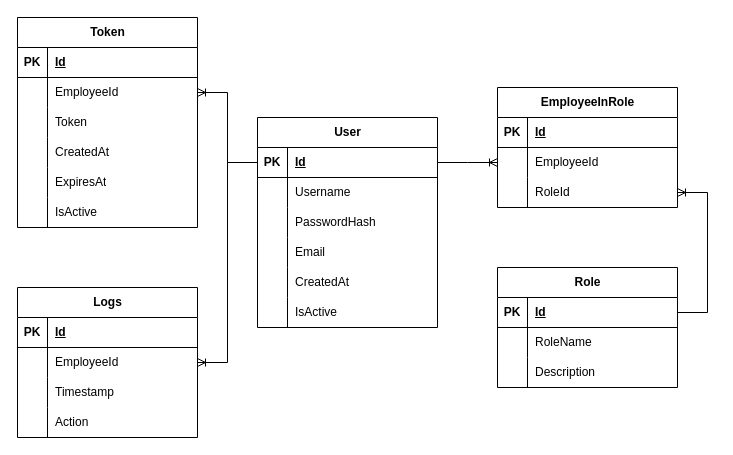
Above: Description/Authorization/Autorization.drawio in Fox5113/corporate-social-system (draw.io), before the change. Source tidied: cells renumbered, new cells numbered last; positions are measured from the earlier drawing's top-left corner, leaving out a move shared by most shapes. Both pictures are drawn from the tidied source at 100%, with x=0, y=0 at pixel (17, -8).
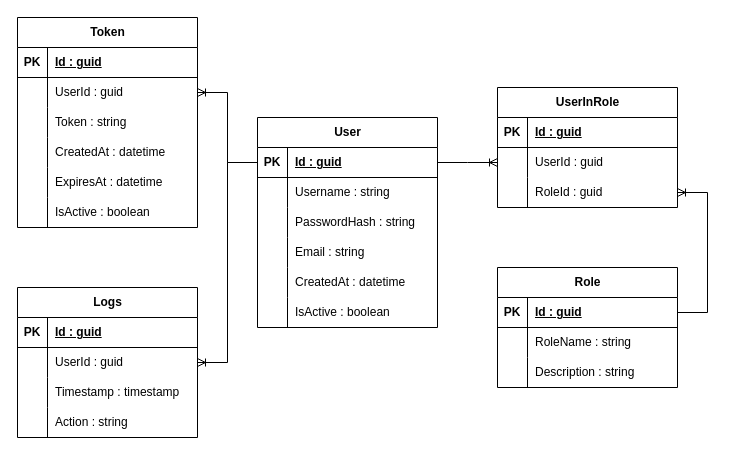
The same diagram, later.

Unchanged cells that the change refers to:
```xml
<mxCell id="3" style="shape=tableRow;horizontal=0;startSize=0;swimlaneHead=0;swimlaneBody=0;fillColor=none;top=0;left=0;right=0;bottom=1;" parent="2" vertex="1">
  <mxGeometry y="30" width="180" height="30" as="geometry" />
</mxCell>
<mxCell id="6" style="shape=tableRow;horizontal=0;startSize=0;swimlaneHead=0;swimlaneBody=0;fillColor=none;points=[[0,0.5],[1,0.5]];portConstraint=eastwest;top=0;left=0;right=0;bottom=0;" parent="2" vertex="1">
  <mxGeometry y="60" width="180" height="30" as="geometry" />
</mxCell>
<mxCell id="9" style="shape=tableRow;horizontal=0;startSize=0;swimlaneHead=0;swimlaneBody=0;fillColor=none;points=[[0,0.5],[1,0.5]];portConstraint=eastwest;top=0;left=0;right=0;bottom=0;" parent="2" vertex="1">
  <mxGeometry y="90" width="180" height="30" as="geometry" />
</mxCell>
<mxCell id="13" style="shape=tableRow;horizontal=0;startSize=0;swimlaneHead=0;swimlaneBody=0;fillColor=none;points=[[0,0.5],[1,0.5]];portConstraint=eastwest;top=0;left=0;right=0;bottom=1;" parent="12" vertex="1">
  <mxGeometry y="30" width="180" height="30" as="geometry" />
</mxCell>
<mxCell id="16" style="shape=tableRow;horizontal=0;startSize=0;swimlaneHead=0;swimlaneBody=0;fillColor=none;top=0;left=0;right=0;bottom=0;" parent="12" vertex="1">
  <mxGeometry y="60" width="180" height="30" as="geometry" />
</mxCell>
<mxCell id="19" style="shape=tableRow;horizontal=0;startSize=0;swimlaneHead=0;swimlaneBody=0;fillColor=none;top=0;left=0;right=0;bottom=0;" parent="12" vertex="1">
  <mxGeometry y="90" width="180" height="30" as="geometry" />
</mxCell>
<mxCell id="23" style="shape=tableRow;horizontal=0;startSize=0;swimlaneHead=0;swimlaneBody=0;fillColor=none;points=[[0,0.5],[1,0.5]];portConstraint=eastwest;top=0;left=0;right=0;bottom=1;" parent="22" vertex="1">
  <mxGeometry y="30" width="180" height="30" as="geometry" />
</mxCell>
<mxCell id="26" style="shape=tableRow;horizontal=0;startSize=0;swimlaneHead=0;swimlaneBody=0;fillColor=none;top=0;left=0;right=0;bottom=0;" parent="22" vertex="1">
  <mxGeometry y="60" width="180" height="30" as="geometry" />
</mxCell>
<mxCell id="29" style="shape=tableRow;horizontal=0;startSize=0;swimlaneHead=0;swimlaneBody=0;fillColor=none;top=0;left=0;right=0;bottom=0;" parent="22" vertex="1">
  <mxGeometry y="90" width="180" height="30" as="geometry" />
</mxCell>
<mxCell id="32" style="shape=tableRow;horizontal=0;startSize=0;swimlaneHead=0;swimlaneBody=0;fillColor=none;top=0;left=0;right=0;bottom=0;" parent="22" vertex="1">
  <mxGeometry y="120" width="180" height="30" as="geometry" />
</mxCell>
<mxCell id="35" style="shape=tableRow;horizontal=0;startSize=0;swimlaneHead=0;swimlaneBody=0;fillColor=none;top=0;left=0;right=0;bottom=0;" parent="22" vertex="1">
  <mxGeometry y="150" width="180" height="30" as="geometry" />
</mxCell>
<mxCell id="38" style="shape=tableRow;horizontal=0;startSize=0;swimlaneHead=0;swimlaneBody=0;fillColor=none;top=0;left=0;right=0;bottom=0;" parent="22" vertex="1">
  <mxGeometry y="180" width="180" height="30" as="geometry" />
</mxCell>
<mxCell id="42" style="shape=tableRow;horizontal=0;startSize=0;swimlaneHead=0;swimlaneBody=0;fillColor=none;top=0;left=0;right=0;bottom=1;" parent="41" vertex="1">
  <mxGeometry y="30" width="180" height="30" as="geometry" />
</mxCell>
<mxCell id="45" style="shape=tableRow;horizontal=0;startSize=0;swimlaneHead=0;swimlaneBody=0;fillColor=none;points=[[0,0.5],[1,0.5]];portConstraint=eastwest;top=0;left=0;right=0;bottom=0;" parent="41" vertex="1">
  <mxGeometry y="60" width="180" height="30" as="geometry" />
</mxCell>
<mxCell id="48" style="shape=tableRow;horizontal=0;startSize=0;swimlaneHead=0;swimlaneBody=0;fillColor=none;top=0;left=0;right=0;bottom=0;" parent="41" vertex="1">
  <mxGeometry y="90" width="180" height="30" as="geometry" />
</mxCell>
<mxCell id="51" style="shape=tableRow;horizontal=0;startSize=0;swimlaneHead=0;swimlaneBody=0;fillColor=none;top=0;left=0;right=0;bottom=0;" parent="41" vertex="1">
  <mxGeometry y="120" width="180" height="30" as="geometry" />
</mxCell>
<mxCell id="54" style="shape=tableRow;horizontal=0;startSize=0;swimlaneHead=0;swimlaneBody=0;fillColor=none;top=0;left=0;right=0;bottom=0;" parent="41" vertex="1">
  <mxGeometry y="150" width="180" height="30" as="geometry" />
</mxCell>
<mxCell id="57" style="shape=tableRow;horizontal=0;startSize=0;swimlaneHead=0;swimlaneBody=0;fillColor=none;top=0;left=0;right=0;bottom=0;" parent="41" vertex="1">
  <mxGeometry y="180" width="180" height="30" as="geometry" />
</mxCell>
<mxCell id="64" style="shape=tableRow;horizontal=0;startSize=0;swimlaneHead=0;swimlaneBody=0;fillColor=none;top=0;left=0;right=0;bottom=1;" parent="63" vertex="1">
  <mxGeometry y="30" width="180" height="30" as="geometry" />
</mxCell>
<mxCell id="67" style="shape=tableRow;horizontal=0;startSize=0;swimlaneHead=0;swimlaneBody=0;fillColor=none;points=[[0,0.5],[1,0.5]];portConstraint=eastwest;top=0;left=0;right=0;bottom=0;" parent="63" vertex="1">
  <mxGeometry y="60" width="180" height="30" as="geometry" />
</mxCell>
<mxCell id="70" style="shape=tableRow;horizontal=0;startSize=0;swimlaneHead=0;swimlaneBody=0;fillColor=none;top=0;left=0;right=0;bottom=0;" parent="63" vertex="1">
  <mxGeometry y="90" width="180" height="30" as="geometry" />
</mxCell>
<mxCell id="73" style="shape=tableRow;horizontal=0;startSize=0;swimlaneHead=0;swimlaneBody=0;fillColor=none;top=0;left=0;right=0;bottom=0;" parent="63" vertex="1">
  <mxGeometry y="120" width="180" height="30" as="geometry" />
</mxCell>
```

What changed in the source:
```diff
@@
-    <mxCell id="2" value="EmployeeInRole" style="shape=table;startSize=30;childLayout=tableLayout;rowLines=0;fontStyle=1;align=center;html=1;" parent="1" vertex="1">
+    <mxCell id="2" value="UserInRole" style="shape=table;startSize=30;childLayout=tableLayout;rowLines=0;fontStyle=1;align=center;html=1;" parent="1" vertex="1">
       <mxGeometry x="480" y="95" width="180" height="120" as="geometry" />
     </mxCell>
@@
-    <mxCell id="5" value="Id" style="shape=partialRectangle;fillColor=none;top=0;left=0;bottom=0;right=0;align=left;spacingLeft=6;fontStyle=5;overflow=hidden;whiteSpace=wrap;html=1;" parent="3" vertex="1">
+    <mxCell id="5" value="Id : guid" style="shape=partialRectangle;fillColor=none;top=0;left=0;bottom=0;right=0;align=left;spacingLeft=6;fontStyle=5;overflow=hidden;whiteSpace=wrap;html=1;" parent="3" vertex="1">
       <mxGeometry x="30" width="150" height="30" as="geometry" />
     </mxCell>
@@
-    <mxCell id="8" value="EmployeeId" style="shape=partialRectangle;fillColor=none;top=0;left=0;bottom=0;right=0;align=left;spacingLeft=6;overflow=hidden;whiteSpace=wrap;html=1;" parent="6" vertex="1">
+    <mxCell id="8" value="UserId : guid" style="shape=partialRectangle;fillColor=none;top=0;left=0;bottom=0;right=0;align=left;spacingLeft=6;overflow=hidden;whiteSpace=wrap;html=1;" parent="6" vertex="1">
       <mxGeometry x="30" width="150" height="30" as="geometry" />
     </mxCell>
@@
-    <mxCell id="11" value="RoleId" style="shape=partialRectangle;fillColor=none;top=0;left=0;bottom=0;right=0;align=left;spacingLeft=6;overflow=hidden;whiteSpace=wrap;html=1;" parent="9" vertex="1">
+    <mxCell id="11" value="RoleId : guid" style="shape=partialRectangle;fillColor=none;top=0;left=0;bottom=0;right=0;align=left;spacingLeft=6;overflow=hidden;whiteSpace=wrap;html=1;" parent="9" vertex="1">
       <mxGeometry x="30" width="150" height="30" as="geometry" />
     </mxCell>
@@
-    <mxCell id="15" value="Id" style="shape=partialRectangle;fillColor=none;top=0;left=0;bottom=0;right=0;align=left;spacingLeft=6;fontStyle=5;overflow=hidden;whiteSpace=wrap;html=1;" parent="13" vertex="1">
+    <mxCell id="15" value="Id : guid" style="shape=partialRectangle;fillColor=none;top=0;left=0;bottom=0;right=0;align=left;spacingLeft=6;fontStyle=5;overflow=hidden;whiteSpace=wrap;html=1;" parent="13" vertex="1">
       <mxGeometry x="30" width="150" height="30" as="geometry" />
     </mxCell>
@@
-    <mxCell id="18" value="RoleName" style="shape=partialRectangle;fillColor=none;top=0;left=0;bottom=0;right=0;align=left;spacingLeft=6;overflow=hidden;whiteSpace=wrap;html=1;" parent="16" vertex="1">
+    <mxCell id="18" value="RoleName : string" style="shape=partialRectangle;fillColor=none;top=0;left=0;bottom=0;right=0;align=left;spacingLeft=6;overflow=hidden;whiteSpace=wrap;html=1;" parent="16" vertex="1">
       <mxGeometry x="30" width="150" height="30" as="geometry" />
     </mxCell>
@@
-    <mxCell id="21" value="Description" style="shape=partialRectangle;fillColor=none;top=0;left=0;bottom=0;right=0;align=left;spacingLeft=6;overflow=hidden;whiteSpace=wrap;html=1;" parent="19" vertex="1">
+    <mxCell id="21" value="Description : string" style="shape=partialRectangle;fillColor=none;top=0;left=0;bottom=0;right=0;align=left;spacingLeft=6;overflow=hidden;whiteSpace=wrap;html=1;" parent="19" vertex="1">
       <mxGeometry x="30" width="150" height="30" as="geometry" />
     </mxCell>
@@
-    <mxCell id="25" value="Id" style="shape=partialRectangle;fillColor=none;top=0;left=0;bottom=0;right=0;align=left;spacingLeft=6;fontStyle=5;overflow=hidden;whiteSpace=wrap;html=1;" parent="23" vertex="1">
+    <mxCell id="25" value="Id : guid" style="shape=partialRectangle;fillColor=none;top=0;left=0;bottom=0;right=0;align=left;spacingLeft=6;fontStyle=5;overflow=hidden;whiteSpace=wrap;html=1;" parent="23" vertex="1">
       <mxGeometry x="30" width="150" height="30" as="geometry" />
     </mxCell>
@@
-    <mxCell id="28" value="Username" style="shape=partialRectangle;fillColor=none;top=0;left=0;bottom=0;right=0;align=left;spacingLeft=6;overflow=hidden;whiteSpace=wrap;html=1;" parent="26" vertex="1">
+    <mxCell id="28" value="Username : string" style="shape=partialRectangle;fillColor=none;top=0;left=0;bottom=0;right=0;align=left;spacingLeft=6;overflow=hidden;whiteSpace=wrap;html=1;" parent="26" vertex="1">
       <mxGeometry x="30" width="150" height="30" as="geometry" />
     </mxCell>
@@
-    <mxCell id="31" value="PasswordHash" style="shape=partialRectangle;fillColor=none;top=0;left=0;bottom=0;right=0;align=left;spacingLeft=6;overflow=hidden;whiteSpace=wrap;html=1;" parent="29" vertex="1">
+    <mxCell id="31" value="PasswordHash : string" style="shape=partialRectangle;fillColor=none;top=0;left=0;bottom=0;right=0;align=left;spacingLeft=6;overflow=hidden;whiteSpace=wrap;html=1;" parent="29" vertex="1">
       <mxGeometry x="30" width="150" height="30" as="geometry" />
     </mxCell>
@@
-    <mxCell id="34" value="Email" style="shape=partialRectangle;fillColor=none;top=0;left=0;bottom=0;right=0;align=left;spacingLeft=6;overflow=hidden;whiteSpace=wrap;html=1;" parent="32" vertex="1">
+    <mxCell id="34" value="Email : string" style="shape=partialRectangle;fillColor=none;top=0;left=0;bottom=0;right=0;align=left;spacingLeft=6;overflow=hidden;whiteSpace=wrap;html=1;" parent="32" vertex="1">
       <mxGeometry x="30" width="150" height="30" as="geometry" />
     </mxCell>
@@
-    <mxCell id="37" value="CreatedAt" style="shape=partialRectangle;fillColor=none;top=0;left=0;bottom=0;right=0;align=left;spacingLeft=6;overflow=hidden;whiteSpace=wrap;html=1;" parent="35" vertex="1">
+    <mxCell id="37" value="CreatedAt : datetime" style="shape=partialRectangle;fillColor=none;top=0;left=0;bottom=0;right=0;align=left;spacingLeft=6;overflow=hidden;whiteSpace=wrap;html=1;" parent="35" vertex="1">
       <mxGeometry x="30" width="150" height="30" as="geometry" />
     </mxCell>
@@
-    <mxCell id="40" value="IsActive" style="shape=partialRectangle;fillColor=none;top=0;left=0;bottom=0;right=0;align=left;spacingLeft=6;overflow=hidden;whiteSpace=wrap;html=1;" parent="38" vertex="1">
+    <mxCell id="40" value="IsActive : boolean" style="shape=partialRectangle;fillColor=none;top=0;left=0;bottom=0;right=0;align=left;spacingLeft=6;overflow=hidden;whiteSpace=wrap;html=1;" parent="38" vertex="1">
       <mxGeometry x="30" width="150" height="30" as="geometry" />
     </mxCell>
@@
-    <mxCell id="44" value="Id" style="shape=partialRectangle;fillColor=none;top=0;left=0;bottom=0;right=0;align=left;spacingLeft=6;fontStyle=5;overflow=hidden;whiteSpace=wrap;html=1;" parent="42" vertex="1">
+    <mxCell id="44" value="Id : guid" style="shape=partialRectangle;fillColor=none;top=0;left=0;bottom=0;right=0;align=left;spacingLeft=6;fontStyle=5;overflow=hidden;whiteSpace=wrap;html=1;" parent="42" vertex="1">
       <mxGeometry x="30" width="150" height="30" as="geometry" />
     </mxCell>
@@
-    <mxCell id="47" value="EmployeeId" style="shape=partialRectangle;fillColor=none;top=0;left=0;bottom=0;right=0;align=left;spacingLeft=6;overflow=hidden;whiteSpace=wrap;html=1;" parent="45" vertex="1">
+    <mxCell id="47" value="UserId : guid" style="shape=partialRectangle;fillColor=none;top=0;left=0;bottom=0;right=0;align=left;spacingLeft=6;overflow=hidden;whiteSpace=wrap;html=1;" parent="45" vertex="1">
       <mxGeometry x="30" width="150" height="30" as="geometry" />
     </mxCell>
@@
-    <mxCell id="50" value="Token" style="shape=partialRectangle;fillColor=none;top=0;left=0;bottom=0;right=0;align=left;spacingLeft=6;overflow=hidden;whiteSpace=wrap;html=1;" parent="48" vertex="1">
+    <mxCell id="50" value="Token : string" style="shape=partialRectangle;fillColor=none;top=0;left=0;bottom=0;right=0;align=left;spacingLeft=6;overflow=hidden;whiteSpace=wrap;html=1;" parent="48" vertex="1">
       <mxGeometry x="30" width="150" height="30" as="geometry" />
     </mxCell>
@@
-    <mxCell id="53" value="CreatedAt" style="shape=partialRectangle;fillColor=none;top=0;left=0;bottom=0;right=0;align=left;spacingLeft=6;overflow=hidden;whiteSpace=wrap;html=1;" parent="51" vertex="1">
+    <mxCell id="53" value="CreatedAt : datetime" style="shape=partialRectangle;fillColor=none;top=0;left=0;bottom=0;right=0;align=left;spacingLeft=6;overflow=hidden;whiteSpace=wrap;html=1;" parent="51" vertex="1">
       <mxGeometry x="30" width="150" height="30" as="geometry" />
     </mxCell>
@@
-    <mxCell id="56" value="ExpiresAt" style="shape=partialRectangle;fillColor=none;top=0;left=0;bottom=0;right=0;align=left;spacingLeft=6;overflow=hidden;whiteSpace=wrap;html=1;" parent="54" vertex="1">
+    <mxCell id="56" value="ExpiresAt : datetime" style="shape=partialRectangle;fillColor=none;top=0;left=0;bottom=0;right=0;align=left;spacingLeft=6;overflow=hidden;whiteSpace=wrap;html=1;" parent="54" vertex="1">
       <mxGeometry x="30" width="150" height="30" as="geometry" />
     </mxCell>
@@
-    <mxCell id="59" value="IsActive" style="shape=partialRectangle;fillColor=none;top=0;left=0;bottom=0;right=0;align=left;spacingLeft=6;overflow=hidden;whiteSpace=wrap;html=1;" parent="57" vertex="1">
+    <mxCell id="59" value="IsActive : boolean" style="shape=partialRectangle;fillColor=none;top=0;left=0;bottom=0;right=0;align=left;spacingLeft=6;overflow=hidden;whiteSpace=wrap;html=1;" parent="57" vertex="1">
       <mxGeometry x="30" width="150" height="30" as="geometry" />
     </mxCell>
@@
-    <mxCell id="66" value="Id" style="shape=partialRectangle;fillColor=none;top=0;left=0;bottom=0;right=0;align=left;spacingLeft=6;fontStyle=5;overflow=hidden;whiteSpace=wrap;html=1;" parent="64" vertex="1">
+    <mxCell id="66" value="Id : guid" style="shape=partialRectangle;fillColor=none;top=0;left=0;bottom=0;right=0;align=left;spacingLeft=6;fontStyle=5;overflow=hidden;whiteSpace=wrap;html=1;" parent="64" vertex="1">
       <mxGeometry x="30" width="150" height="30" as="geometry" />
     </mxCell>
@@
-    <mxCell id="69" value="EmployeeId" style="shape=partialRectangle;fillColor=none;top=0;left=0;bottom=0;right=0;align=left;spacingLeft=6;overflow=hidden;whiteSpace=wrap;html=1;" parent="67" vertex="1">
+    <mxCell id="69" value="UserId : guid" style="shape=partialRectangle;fillColor=none;top=0;left=0;bottom=0;right=0;align=left;spacingLeft=6;overflow=hidden;whiteSpace=wrap;html=1;" parent="67" vertex="1">
       <mxGeometry x="30" width="150" height="30" as="geometry" />
     </mxCell>
@@
-    <mxCell id="72" value="Timestamp" style="shape=partialRectangle;fillColor=none;top=0;left=0;bottom=0;right=0;align=left;spacingLeft=6;overflow=hidden;whiteSpace=wrap;html=1;" parent="70" vertex="1">
+    <mxCell id="72" value="Timestamp : timestamp" style="shape=partialRectangle;fillColor=none;top=0;left=0;bottom=0;right=0;align=left;spacingLeft=6;overflow=hidden;whiteSpace=wrap;html=1;" parent="70" vertex="1">
       <mxGeometry x="30" width="150" height="30" as="geometry" />
     </mxCell>
@@
-    <mxCell id="75" value="Action" style="shape=partialRectangle;fillColor=none;top=0;left=0;bottom=0;right=0;align=left;spacingLeft=6;overflow=hidden;whiteSpace=wrap;html=1;" parent="73" vertex="1">
+    <mxCell id="75" value="Action : string" style="shape=partialRectangle;fillColor=none;top=0;left=0;bottom=0;right=0;align=left;spacingLeft=6;overflow=hidden;whiteSpace=wrap;html=1;" parent="73" vertex="1">
       <mxGeometry x="30" width="150" height="30" as="geometry" />
     </mxCell>
```
